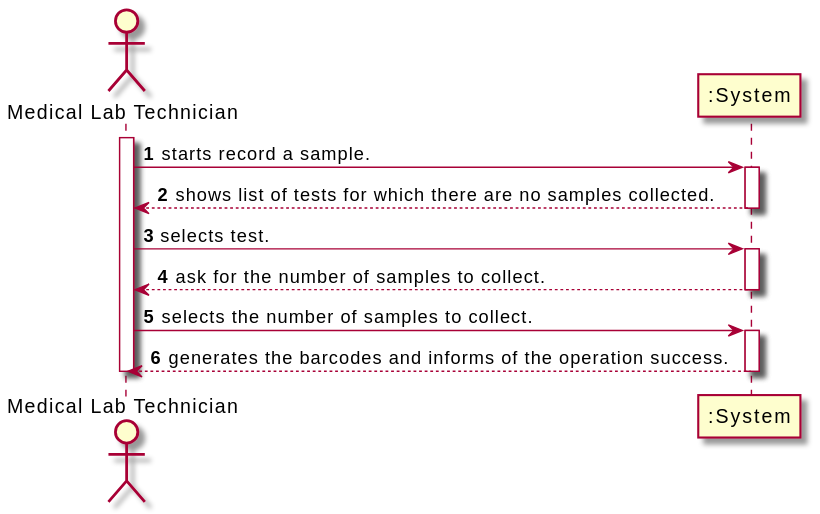
Above: docs/SprintC/US_5/UC5_SSD.svg in RuiRioPina/LAPR2-20-21 (PlantUML), before the change.
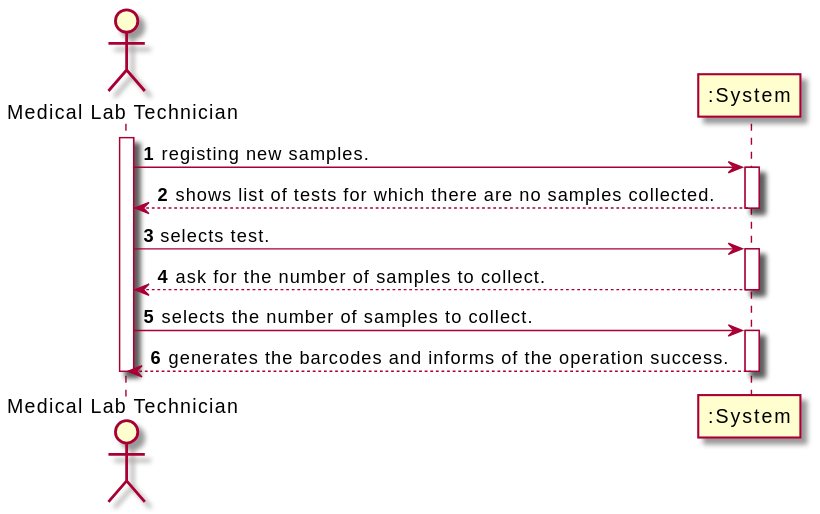
The same file after the commit.

What changed in the source:
```diff
@@ -3,7 +3,7 @@
 actor "Medical Lab Technician" as MEDLT
 
 activate MEDLT
-MEDLT-> ":System" : starts record a sample.
+MEDLT-> ":System" : registing new samples.
 activate ":System"
 ":System" --> MEDLT : shows list of tests for which there are no samples collected.
 deactivate ":System"
```
